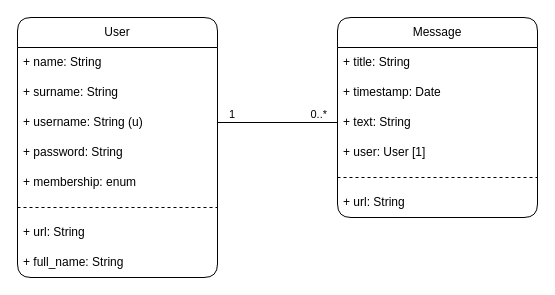
This is specification/database.drawio from davmedeiros/members-only, a draw.io file, before an edit. Source tidied: cells renumbered, new cells numbered last; positions are measured from the earlier drawing's top-left corner, leaving out a move shared by most shapes. Both pictures are drawn from the tidied source at 100%, with x=0, y=0 at pixel (17, 17).
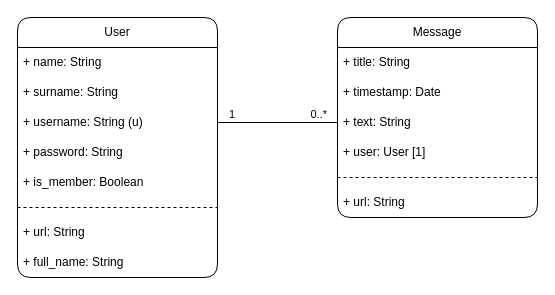
The same diagram, later.

Commit message:
Make membership field a boolean

Since admins are deprecated, users are either members or not

Unchanged cells that the change refers to:
```xml
<mxCell id="2" value="User" style="swimlane;fontStyle=0;horizontal=1;startSize=30;whiteSpace=wrap;html=1;rounded=1;swimlaneLine=1;shadow=0;strokeColor=default;" parent="1" vertex="1">
  <mxGeometry width="200" height="260" as="geometry" />
</mxCell>
```

The edit, as a diff of the source:
```diff
@@
-    <mxCell id="7" value="+ membership: enum" style="text;strokeColor=none;fillColor=none;align=left;verticalAlign=middle;spacingLeft=4;spacingRight=4;overflow=hidden;whiteSpace=wrap;html=1;" parent="2" vertex="1">
+    <mxCell id="7" value="+ is_member: Boolean" style="text;strokeColor=none;fillColor=none;align=left;verticalAlign=middle;spacingLeft=4;spacingRight=4;overflow=hidden;whiteSpace=wrap;html=1;" parent="2" vertex="1">
       <mxGeometry y="150" width="200" height="30" as="geometry" />
     </mxCell>
```
